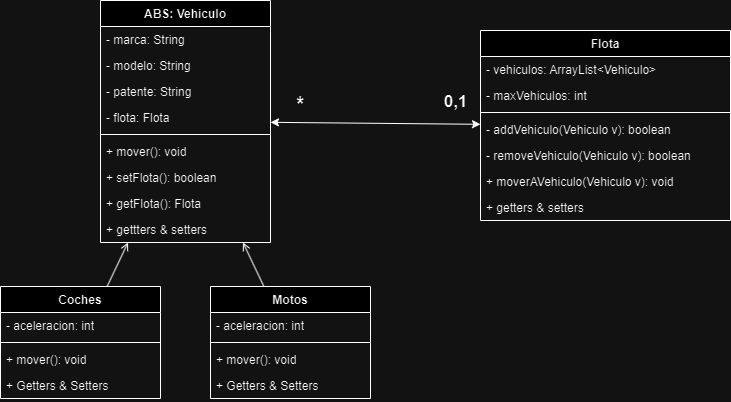
Above: poo/tarea/DiagramaFlotaVehiculos/Sistema de Gestión de Vehículos.drawio.png in LeonardoReichert/InformatorioJava (draw.io), before the change. Source tidied: cells renumbered, new cells last; positions are measured from the earlier drawing's top-left corner, leaving out a move shared by most shapes.
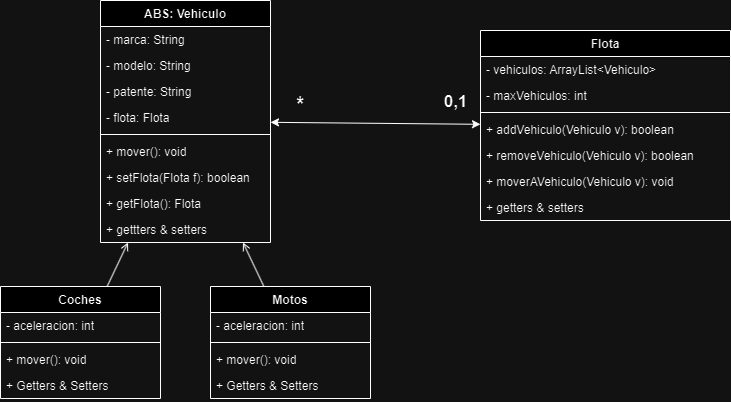
The same diagram one commit later.

Commit message:
corregido diagrama 2

Diff of the diagram source:
```diff
@@ -23,7 +23,7 @@
     <mxCell id="8" value="+ mover(): void" style="text;strokeColor=none;fillColor=none;align=left;verticalAlign=top;spacingLeft=4;spacingRight=4;overflow=hidden;whiteSpace=wrap;html=1;" parent="2" vertex="1">
       <mxGeometry y="138" width="170" height="26" as="geometry" />
     </mxCell>
-    <mxCell id="9" value="+ setFlota(): boolean" style="text;strokeColor=none;fillColor=none;align=left;verticalAlign=top;spacingLeft=4;spacingRight=4;overflow=hidden;whiteSpace=wrap;html=1;" parent="2" vertex="1">
+    <mxCell id="9" value="+ setFlota(Flota f): boolean" style="text;strokeColor=none;fillColor=none;align=left;verticalAlign=top;spacingLeft=4;spacingRight=4;overflow=hidden;whiteSpace=wrap;html=1;" parent="2" vertex="1">
       <mxGeometry y="164" width="170" height="26" as="geometry" />
     </mxCell>
     <mxCell id="10" value="+ getFlota(): Flota" style="text;strokeColor=none;fillColor=none;align=left;verticalAlign=top;spacingLeft=4;spacingRight=4;overflow=hidden;whiteSpace=wrap;html=1;" parent="2" vertex="1">
@@ -44,10 +44,10 @@
     <mxCell id="15" style="line;strokeWidth=1;fillColor=none;align=left;verticalAlign=middle;spacingTop=-1;spacingLeft=3;spacingRight=3;labelPosition=right;strokeColor=inherit;" parent="12" vertex="1">
       <mxGeometry y="78" width="250" height="8" as="geometry" />
     </mxCell>
-    <mxCell id="16" value="- addVehiculo(Vehiculo v): boolean" style="text;strokeColor=none;fillColor=none;align=left;verticalAlign=top;spacingLeft=4;spacingRight=4;overflow=hidden;whiteSpace=wrap;html=1;" parent="12" vertex="1">
+    <mxCell id="16" value="+ addVehiculo(Vehiculo v): boolean" style="text;strokeColor=none;fillColor=none;align=left;verticalAlign=top;spacingLeft=4;spacingRight=4;overflow=hidden;whiteSpace=wrap;html=1;" parent="12" vertex="1">
       <mxGeometry y="86" width="250" height="26" as="geometry" />
     </mxCell>
-    <mxCell id="17" value="- removeVehiculo(Vehiculo v): boolean" style="text;strokeColor=none;fillColor=none;align=left;verticalAlign=top;spacingLeft=4;spacingRight=4;overflow=hidden;whiteSpace=wrap;html=1;" parent="12" vertex="1">
+    <mxCell id="17" value="+ removeVehiculo(Vehiculo v): boolean" style="text;strokeColor=none;fillColor=none;align=left;verticalAlign=top;spacingLeft=4;spacingRight=4;overflow=hidden;whiteSpace=wrap;html=1;" parent="12" vertex="1">
       <mxGeometry y="112" width="250" height="26" as="geometry" />
     </mxCell>
     <mxCell id="18" value="+ moverAVehiculo(Vehiculo v): void" style="text;strokeColor=none;fillColor=none;align=left;verticalAlign=top;spacingLeft=4;spacingRight=4;overflow=hidden;whiteSpace=wrap;html=1;" parent="12" vertex="1">
```
